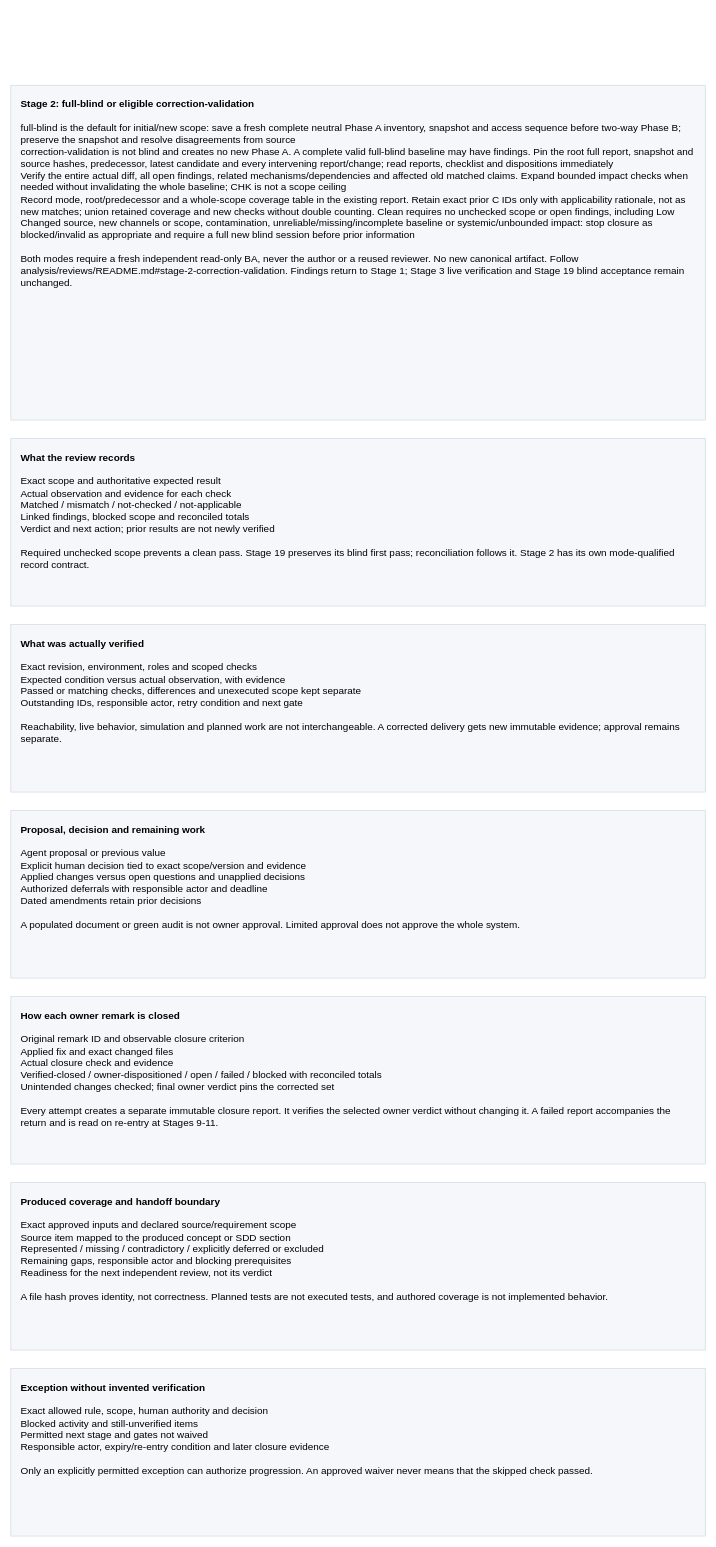
Before: page "Record results and boundaries" (5 of 8) of analysis/migration_artifact_flow.drawio in ekzarov/xplanner2-revision1, a draw.io diagram. Source tidied: cells renumbered, new cells numbered last; positions are measured from the earlier drawing's top-left corner, leaving out a move shared by most shapes. Both pictures are drawn from the tidied source at 62%, with x=0, y=0 at pixel (11, 85).
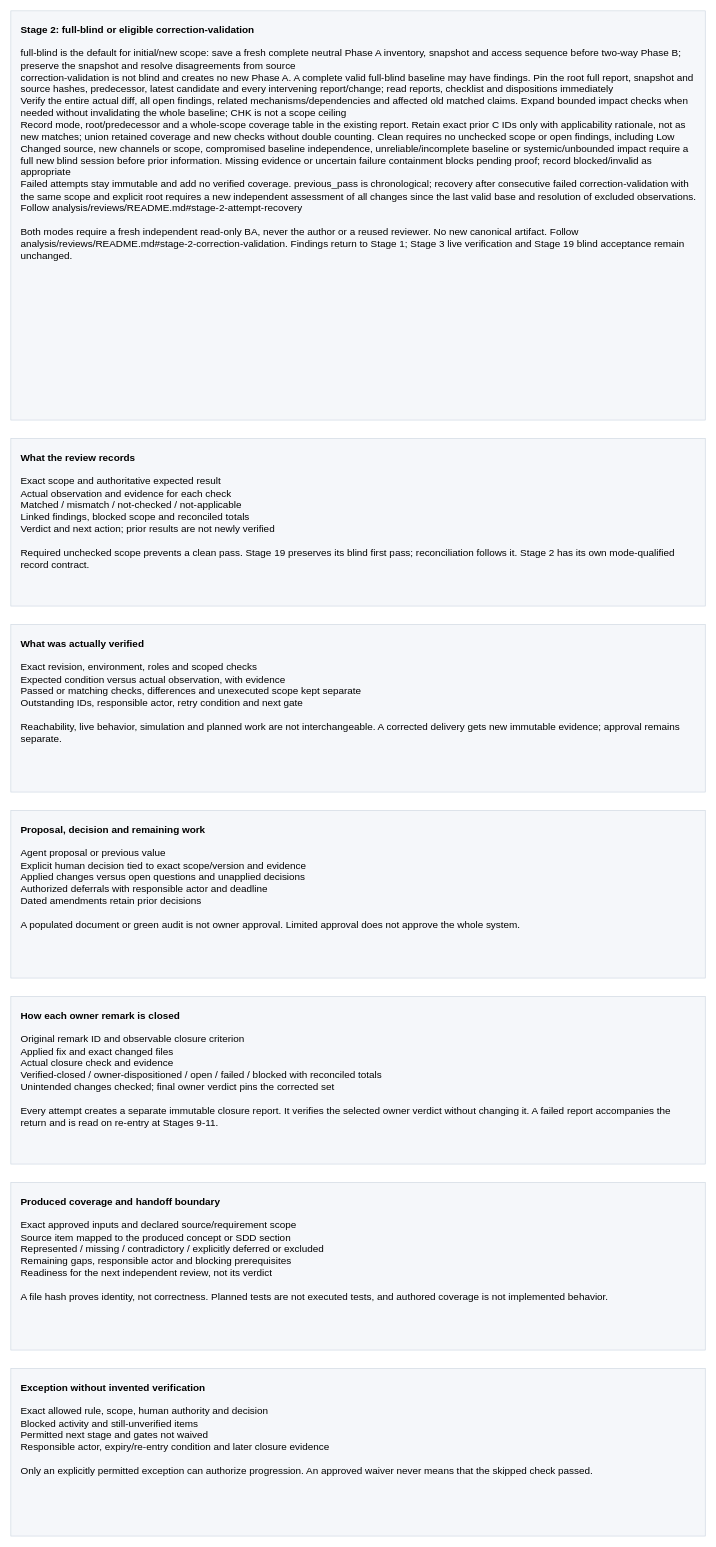
After the change.

The edit, as a diff of the source:
```diff
@@
 <mxGraphModel>
   <root>
     <mxCell id="0" />
     <mxCell id="1" parent="0" />
-    <mxCell id="2" value="&lt;b&gt;Stage 2: full-blind or eligible correction-validation&lt;/b&gt;&lt;br&gt;&lt;br&gt;full-blind is the default for initial/new scope: save a fresh complete neutral Phase A inventory, snapshot and access sequence before two-way Phase B; preserve the snapshot and resolve disagreements from source&lt;br&gt;correction-validation is not blind and creates no new Phase A. A complete valid full-blind baseline may have findings. Pin the root full report, snapshot and source hashes, predecessor, latest candidate and every intervening report/change; read reports, checklist and dispositions immediately&lt;br&gt;Verify the entire actual diff, all open findings, related mechanisms/dependencies and affected old matched claims. Expand bounded impact checks when needed without invalidating the whole baseline; CHK is not a scope ceiling&lt;br&gt;Record mode, root/predecessor and a whole-scope coverage table in the existing report. Retain exact prior C IDs only with applicability rationale, not as new matches; union retained coverage and new checks without double counting. Clean requires no unchecked scope or open findings, including Low&lt;br&gt;Changed source, new channels or scope, contamination, unreliable/missing/incomplete baseline or systemic/unbounded impact: stop closure as blocked/invalid as appropriate and require a full new blind session before prior information&lt;br&gt;&lt;br&gt;Both modes require a fresh independent read-only BA, never the author or a reused reviewer. No new canonical artifact. Follow analysis/reviews/README.md#stage-2-correction-validation. Findings return to Stage 1; Stage 3 live verification and Stage 19 blind acceptance remain unchanged." style="rounded=0;whiteSpace=wrap;html=1;align=left;verticalAlign=top;spacing=16;fontSize=16;fillColor=#f5f7fa;strokeColor=#cbd5df;" parent="1" vertex="1">
-      <mxGeometry width="1120" height="540" as="geometry" />
+    <mxCell id="2" value="&lt;b&gt;Stage 2: full-blind or eligible correction-validation&lt;/b&gt;&lt;br&gt;&lt;br&gt;full-blind is the default for initial/new scope: save a fresh complete neutral Phase A inventory, snapshot and access sequence before two-way Phase B; preserve the snapshot and resolve disagreements from source&lt;br&gt;correction-validation is not blind and creates no new Phase A. A complete valid full-blind baseline may have findings. Pin the root full report, snapshot and source hashes, predecessor, latest candidate and every intervening report/change; read reports, checklist and dispositions immediately&lt;br&gt;Verify the entire actual diff, all open findings, related mechanisms/dependencies and affected old matched claims. Expand bounded impact checks when needed without invalidating the whole baseline; CHK is not a scope ceiling&lt;br&gt;Record mode, root/predecessor and a whole-scope coverage table in the existing report. Retain exact prior C IDs only with applicability rationale, not as new matches; union retained coverage and new checks without double counting. Clean requires no unchecked scope or open findings, including Low&lt;br&gt;Changed source, new channels or scope, compromised baseline independence, unreliable/incomplete baseline or systemic/unbounded impact require a full new blind session before prior information. Missing evidence or uncertain failure containment blocks pending proof; record blocked/invalid as appropriate&lt;br&gt;Failed attempts stay immutable and add no verified coverage. previous_pass is chronological; recovery after consecutive failed correction-validation with the same scope and explicit root requires a new independent assessment of all changes since the last valid base and resolution of excluded observations. Follow analysis/reviews/README.md#stage-2-attempt-recovery&lt;br&gt;&lt;br&gt;Both modes require a fresh independent read-only BA, never the author or a reused reviewer. No new canonical artifact. Follow analysis/reviews/README.md#stage-2-correction-validation. Findings return to Stage 1; Stage 3 live verification and Stage 19 blind acceptance remain unchanged." style="rounded=0;whiteSpace=wrap;html=1;align=left;verticalAlign=top;spacing=16;fontSize=16;fillColor=#f5f7fa;strokeColor=#cbd5df;" parent="1" vertex="1">
+      <mxGeometry y="-120" width="1120" height="660" as="geometry" />
     </mxCell>
     <mxCell id="3" value="&lt;b&gt;What the review records&lt;/b&gt;&lt;br&gt;&lt;br&gt;Exact scope and authoritative expected result&lt;br&gt;Actual observation and evidence for each check&lt;br&gt;Matched / mismatch / not-checked / not-applicable&lt;br&gt;Linked findings, blocked scope and reconciled totals&lt;br&gt;Verdict and next action; prior results are not newly verified&lt;br&gt;&lt;br&gt;Required unchecked scope prevents a clean pass. Stage 19 preserves its blind first pass; reconciliation follows it. Stage 2 has its own mode-qualified record contract." style="rounded=0;whiteSpace=wrap;html=1;align=left;verticalAlign=top;spacing=16;fontSize=16;fillColor=#f5f7fa;strokeColor=#cbd5df;" parent="1" vertex="1">
       <mxGeometry y="570" width="1120" height="270" as="geometry" />
     </mxCell>
     <mxCell id="4" value="&lt;b&gt;What was actually verified&lt;/b&gt;&lt;br&gt;&lt;br&gt;Exact revision, environment, roles and scoped checks&lt;br&gt;Expected condition versus actual observation, with evidence&lt;br&gt;Passed or matching checks, differences and unexecuted scope kept separate&lt;br&gt;Outstanding IDs, responsible actor, retry condition and next gate&lt;br&gt;&lt;br&gt;Reachability, live behavior, simulation and planned work are not interchangeable. A corrected delivery gets new immutable evidence; approval remains separate." style="rounded=0;whiteSpace=wrap;html=1;align=left;verticalAlign=top;spacing=16;fontSize=16;fillColor=#f5f7fa;strokeColor=#cbd5df;" parent="1" vertex="1">
       <mxGeometry y="870" width="1120" height="270" as="geometry" />
     </mxCell>
     <mxCell id="5" value="&lt;b&gt;Proposal, decision and remaining work&lt;/b&gt;&lt;br&gt;&lt;br&gt;Agent proposal or previous value&lt;br&gt;Explicit human decision tied to exact scope/version and evidence&lt;br&gt;Applied changes versus open questions and unapplied decisions&lt;br&gt;Authorized deferrals with responsible actor and deadline&lt;br&gt;Dated amendments retain prior decisions&lt;br&gt;&lt;br&gt;A populated document or green audit is not owner approval. Limited approval does not approve the whole system." style="rounded=0;whiteSpace=wrap;html=1;align=left;verticalAlign=top;spacing=16;fontSize=16;fillColor=#f5f7fa;strokeColor=#cbd5df;" parent="1" vertex="1">
       <mxGeometry y="1170" width="1120" height="270" as="geometry" />
     </mxCell>
     <mxCell id="6" value="&lt;b&gt;How each owner remark is closed&lt;/b&gt;&lt;br&gt;&lt;br&gt;Original remark ID and observable closure criterion&lt;br&gt;Applied fix and exact changed files&lt;br&gt;Actual closure check and evidence&lt;br&gt;Verified-closed / owner-dispositioned / open / failed / blocked with reconciled totals&lt;br&gt;Unintended changes checked; final owner verdict pins the corrected set&lt;br&gt;&lt;br&gt;Every attempt creates a separate immutable closure report. It verifies the selected owner verdict without changing it. A failed report accompanies the return and is read on re-entry at Stages 9-11." style="rounded=0;whiteSpace=wrap;html=1;align=left;verticalAlign=top;spacing=16;fontSize=16;fillColor=#f5f7fa;strokeColor=#cbd5df;" parent="1" vertex="1">
       <mxGeometry y="1470" width="1120" height="270" as="geometry" />
     </mxCell>
     <mxCell id="7" value="&lt;b&gt;Produced coverage and handoff boundary&lt;/b&gt;&lt;br&gt;&lt;br&gt;Exact approved inputs and declared source/requirement scope&lt;br&gt;Source item mapped to the produced concept or SDD section&lt;br&gt;Represented / missing / contradictory / explicitly deferred or excluded&lt;br&gt;Remaining gaps, responsible actor and blocking prerequisites&lt;br&gt;Readiness for the next independent review, not its verdict&lt;br&gt;&lt;br&gt;A file hash proves identity, not correctness. Planned tests are not executed tests, and authored coverage is not implemented behavior." style="rounded=0;whiteSpace=wrap;html=1;align=left;verticalAlign=top;spacing=16;fontSize=16;fillColor=#f5f7fa;strokeColor=#cbd5df;" parent="1" vertex="1">
       <mxGeometry y="1770" width="1120" height="270" as="geometry" />
     </mxCell>
     <mxCell id="8" value="&lt;b&gt;Exception without invented verification&lt;/b&gt;&lt;br&gt;&lt;br&gt;Exact allowed rule, scope, human authority and decision&lt;br&gt;Blocked activity and still-unverified items&lt;br&gt;Permitted next stage and gates not waived&lt;br&gt;Responsible actor, expiry/re-entry condition and later closure evidence&lt;br&gt;&lt;br&gt;Only an explicitly permitted exception can authorize progression. An approved waiver never means that the skipped check passed." style="rounded=0;whiteSpace=wrap;html=1;align=left;verticalAlign=top;spacing=16;fontSize=16;fillColor=#f5f7fa;strokeColor=#cbd5df;" parent="1" vertex="1">
       <mxGeometry y="2070" width="1120" height="270" as="geometry" />
     </mxCell>
   </root>
 </mxGraphModel>
```
